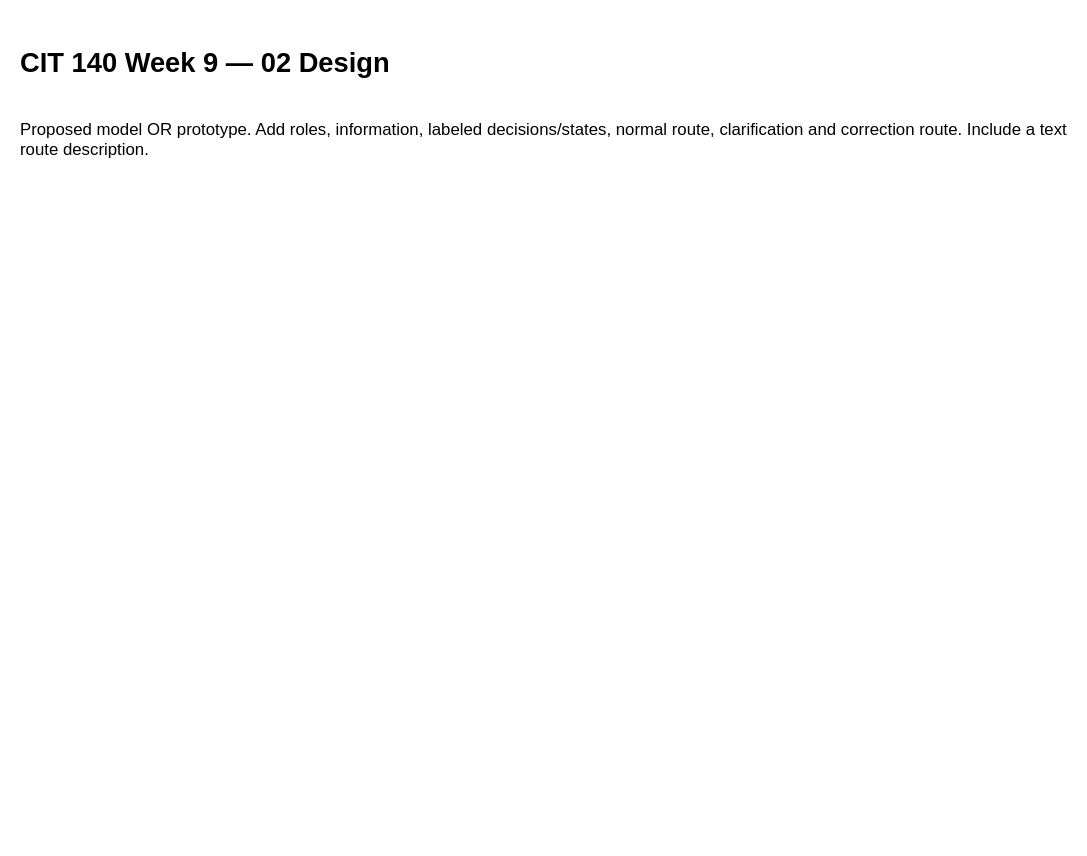
Acetamin1102/CIT140-Portfolio keeps this draw.io diagram as page "02 Design" (2 of 4) of Week09/Artifact/Temple_Craig_CIT140_Week09_Design.drawio. Above is the earlier version. Source tidied: cells renumbered, new cells numbered last; positions are measured from the earlier drawing's top-left corner, leaving out a move shared by most shapes. Both pictures are drawn from the tidied source at 105%, with x=0, y=0 at pixel (18, 39).
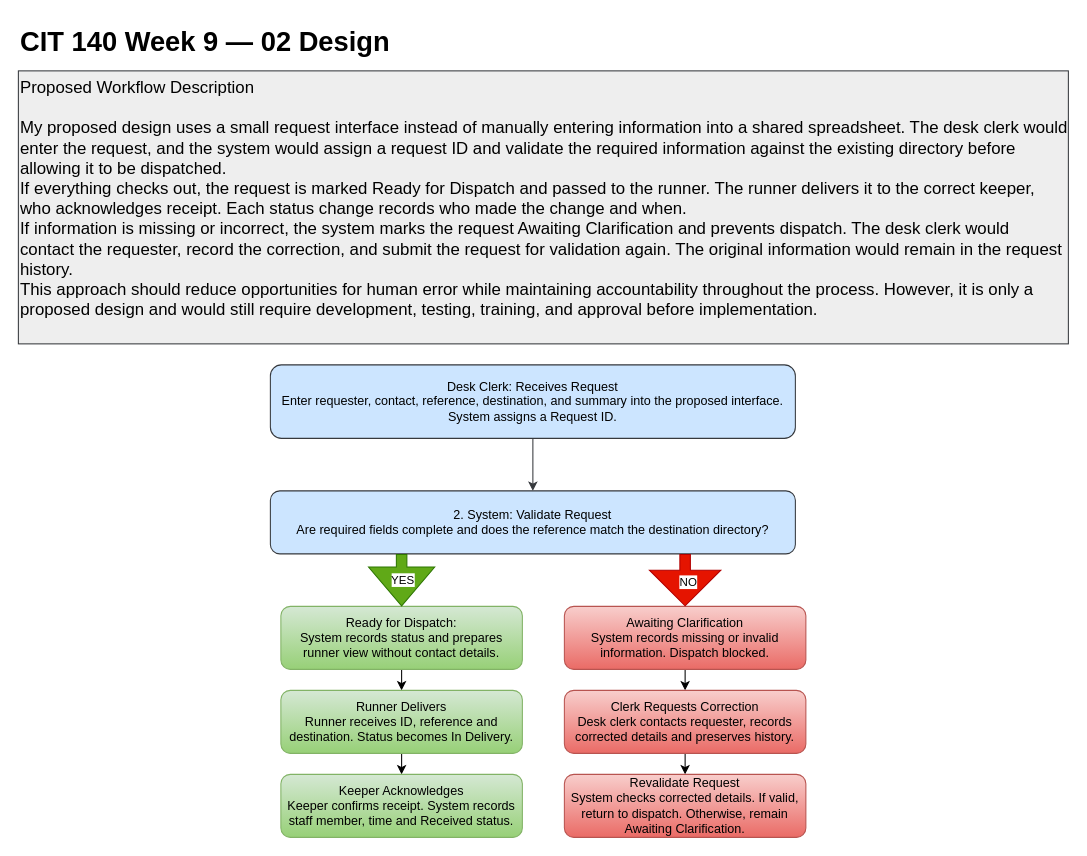
The same page after the edit.

Change to the diagram source:
```diff
@@
     <mxCell id="2" value="CIT 140 Week 9 — 02 Design" style="text;html=0;fontSize=26;fontStyle=1;align=left;verticalAlign=top;" parent="1" vertex="1">
-      <mxGeometry width="1000" height="50" as="geometry" />
+      <mxGeometry y="-20" width="1000" height="50" as="geometry" />
     </mxCell>
-    <mxCell id="3" value="Proposed model OR prototype. Add roles, information, labeled decisions/states, normal route, clarification and correction route. Include a text route description." style="text;html=0;whiteSpace=wrap;align=left;verticalAlign=top;fontSize=16;" parent="1" vertex="1">
-      <mxGeometry y="70" width="1000" height="130" as="geometry" />
+    <mxCell id="3" value="Proposed Workflow Description&#10;&#10;My proposed design uses a small request interface instead of manually entering information into a shared spreadsheet. The desk clerk would enter the request, and the system would assign a request ID and validate the required information against the existing directory before allowing it to be dispatched.&#10;If everything checks out, the request is marked Ready for Dispatch and passed to the runner. The runner delivers it to the correct keeper, who acknowledges receipt. Each status change records who made the change and when.&#10;If information is missing or incorrect, the system marks the request Awaiting Clarification and prevents dispatch. The desk clerk would contact the requester, record the correction, and submit the request for validation again. The original information would remain in the request history.&#10;This approach should reduce opportunities for human error while maintaining accountability throughout the process. However, it is only a proposed design and would still require development, testing, training, and approval before implementation." style="text;html=0;whiteSpace=wrap;align=left;verticalAlign=top;fontSize=16;fillColor=#eeeeee;strokeColor=#36393d;" parent="1" vertex="1">
+      <mxGeometry y="30" width="1000" height="260" as="geometry" />
     </mxCell>
+    <mxCell id="4" style="edgeStyle=orthogonalEdgeStyle;rounded=0;jettySize=auto;html=1;exitX=0.5;exitY=1;exitDx=0;exitDy=0;entryX=0.5;entryY=0;entryDx=0;entryDy=0;defaultLabelBackgroundColor=page;labelPadding=0 4;fillColor=#cce5ff;strokeColor=#36393d;" parent="1" edge="1" source="5" target="6">
+      <mxGeometry relative="1" as="geometry" />
+    </mxCell>
+    <mxCell id="5" value="Desk Clerk: Receives Request&lt;div&gt;Enter requester, contact, reference, destination, and summary into the proposed interface. System assigns a Request ID.&lt;/div&gt;" style="rounded=1;whiteSpace=wrap;html=1;roundedPerimeter=1;fillColor=#cce5ff;strokeColor=#36393d;" parent="1" vertex="1">
+      <mxGeometry x="240" y="310" width="500" height="70" as="geometry" />
+    </mxCell>
+    <mxCell id="6" value="2. System: Validate Request&lt;div&gt;Are required fields complete and does the reference match the destination directory?&lt;/div&gt;" style="rounded=1;whiteSpace=wrap;html=1;roundedPerimeter=1;fillColor=#cce5ff;strokeColor=#36393d;" parent="1" vertex="1">
+      <mxGeometry x="240" y="430" width="500" height="60" as="geometry" />
+    </mxCell>
+    <mxCell id="7" style="edgeStyle=orthogonalEdgeStyle;rounded=0;jettySize=auto;html=1;exitX=0.5;exitY=1;exitDx=0;exitDy=0;entryX=0.5;entryY=0;entryDx=0;entryDy=0;defaultLabelBackgroundColor=page;labelPadding=0 4;" parent="1" edge="1" source="8" target="12">
+      <mxGeometry relative="1" as="geometry" />
+    </mxCell>
+    <mxCell id="8" value="Ready for Dispatch:&lt;div&gt;System records status and prepares runner view without contact details.&lt;/div&gt;" style="rounded=1;whiteSpace=wrap;html=1;roundedPerimeter=1;fillColor=#d5e8d4;gradientColor=#97d077;strokeColor=#82b366;" parent="1" vertex="1">
+      <mxGeometry x="250" y="540" width="230" height="60" as="geometry" />
+    </mxCell>
+    <mxCell id="9" style="edgeStyle=orthogonalEdgeStyle;rounded=0;jettySize=auto;html=1;exitX=0.5;exitY=1;exitDx=0;exitDy=0;entryX=0.5;entryY=0;entryDx=0;entryDy=0;defaultLabelBackgroundColor=page;labelPadding=0 4;" parent="1" edge="1" source="10" target="14">
+      <mxGeometry relative="1" as="geometry" />
+    </mxCell>
+    <mxCell id="10" value="&lt;div&gt;Awaiting Clarification&lt;/div&gt;&lt;div&gt;&lt;span style=&quot;background-color: transparent; color: light-dark(#000000, var(--ge-light-color, #ffffff));&quot;&gt;System records missing or invalid information. Dispatch blocked.&lt;/span&gt;&lt;/div&gt;" style="rounded=1;whiteSpace=wrap;html=1;roundedPerimeter=1;fillColor=#f8cecc;gradientColor=#ea6b66;strokeColor=#b85450;" parent="1" vertex="1">
+      <mxGeometry x="520" y="540" width="230" height="60" as="geometry" />
+    </mxCell>
+    <mxCell id="11" style="edgeStyle=orthogonalEdgeStyle;rounded=0;jettySize=auto;html=1;exitX=0.5;exitY=1;exitDx=0;exitDy=0;entryX=0.5;entryY=0;entryDx=0;entryDy=0;defaultLabelBackgroundColor=page;labelPadding=0 4;" parent="1" edge="1" source="12" target="15">
+      <mxGeometry relative="1" as="geometry" />
+    </mxCell>
+    <mxCell id="12" value="&lt;div&gt;Runner Delivers&lt;/div&gt;&lt;div&gt;&lt;span style=&quot;background-color: transparent; color: light-dark(#000000, var(--ge-light-color, #ffffff));&quot;&gt;Runner receives ID, reference and destination. Status becomes In Delivery.&lt;/span&gt;&lt;/div&gt;" style="rounded=1;whiteSpace=wrap;html=1;roundedPerimeter=1;fillColor=#d5e8d4;gradientColor=#97d077;strokeColor=#82b366;" parent="1" vertex="1">
+      <mxGeometry x="250" y="620" width="230" height="60" as="geometry" />
+    </mxCell>
+    <mxCell id="13" style="edgeStyle=orthogonalEdgeStyle;rounded=0;jettySize=auto;html=1;exitX=0.5;exitY=1;exitDx=0;exitDy=0;entryX=0.5;entryY=0;entryDx=0;entryDy=0;defaultLabelBackgroundColor=page;labelPadding=0 4;" parent="1" edge="1" source="14" target="16">
+      <mxGeometry relative="1" as="geometry" />
+    </mxCell>
+    <mxCell id="14" value="&lt;div&gt;Clerk Requests Correction&lt;/div&gt;&lt;div&gt;&lt;span style=&quot;background-color: transparent; color: light-dark(#000000, var(--ge-light-color, #ffffff));&quot;&gt;Desk clerk contacts requester, records corrected details and preserves history.&lt;/span&gt;&lt;/div&gt;" style="rounded=1;whiteSpace=wrap;html=1;roundedPerimeter=1;fillColor=#f8cecc;gradientColor=#ea6b66;strokeColor=#b85450;" parent="1" vertex="1">
+      <mxGeometry x="520" y="620" width="230" height="60" as="geometry" />
+    </mxCell>
+    <mxCell id="15" value="&lt;div&gt;Keeper Acknowledges&lt;/div&gt;&lt;div&gt;&lt;span style=&quot;background-color: transparent; color: light-dark(#000000, var(--ge-light-color, #ffffff));&quot;&gt;Keeper confirms receipt. System records staff member, time and Received status.&lt;/span&gt;&lt;/div&gt;" style="rounded=1;whiteSpace=wrap;html=1;roundedPerimeter=1;fillColor=#d5e8d4;gradientColor=#97d077;strokeColor=#82b366;" parent="1" vertex="1">
+      <mxGeometry x="250" y="700" width="230" height="60" as="geometry" />
+    </mxCell>
+    <mxCell id="16" value="&lt;div&gt;Revalidate Request&lt;/div&gt;&lt;div&gt;&lt;span style=&quot;background-color: transparent; color: light-dark(#000000, var(--ge-light-color, #ffffff));&quot;&gt;System checks corrected details. If valid, return to dispatch. Otherwise, remain Awaiting Clarification.&lt;/span&gt;&lt;/div&gt;" style="rounded=1;whiteSpace=wrap;html=1;roundedPerimeter=1;fillColor=#f8cecc;gradientColor=#ea6b66;strokeColor=#b85450;" parent="1" vertex="1">
+      <mxGeometry x="520" y="700" width="230" height="60" as="geometry" />
+    </mxCell>
+    <mxCell id="17" style="shape=flexArrow;endArrow=classic;html=1;rounded=0;defaultLabelBackgroundColor=page;labelPadding=0 4;endWidth=52;endSize=12;fillColor=#60a917;strokeColor=#2D7600;entryX=0.5;entryY=0;entryDx=0;entryDy=0;exitX=0.25;exitY=1;exitDx=0;exitDy=0;" parent="1" edge="1" source="6" target="8">
+      <mxGeometry relative="1" as="geometry" />
+    </mxCell>
+    <mxCell id="18" value="YES" style="edgeLabel;html=1;align=center;verticalAlign=middle;inheritText=1;defaultLabelBackgroundColor=page;labelPadding=0 4;" parent="17" vertex="1">
+      <mxGeometry x="-0.04" y="1" relative="1" as="geometry" />
+    </mxCell>
+    <mxCell id="19" style="shape=flexArrow;endArrow=classic;html=1;rounded=0;defaultLabelBackgroundColor=page;labelPadding=0 4;endWidth=57;endSize=11;fillColor=light-dark(#E51400,#FF0000);strokeColor=#B20000;entryX=0.5;entryY=0;entryDx=0;entryDy=0;" parent="1" edge="1" target="10">
+      <mxGeometry relative="1" as="geometry">
+        <mxPoint x="635" y="490" as="sourcePoint" />
+      </mxGeometry>
+    </mxCell>
+    <mxCell id="20" value="NO" style="edgeLabel;html=1;align=center;verticalAlign=middle;inheritText=1;defaultLabelBackgroundColor=page;labelPadding=0 4;" parent="19" vertex="1">
+      <mxGeometry x="0.03" y="2" relative="1" as="geometry" />
+    </mxCell>
```
